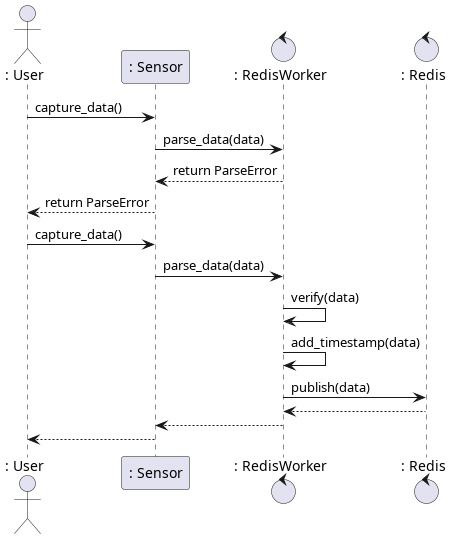
AuspiciousCrane/TSP_Diagrams keeps this PlantUML diagram as SequenceDiagrams/motion_detection/motion_detection_alternative_02_parse_fail.png. Above is the earlier version. The source it was exported from:
```plantuml
@startuml

actor	": User" as User
participant	": Sensor" as Sensor
control		": RedisWorker" as RedisWorker
control		": Redis" as Redis

User -> Sensor : capture_data()
Sensor -> RedisWorker : parse_data(data)
RedisWorker --> Sensor : return ParseError
Sensor --> User : return ParseError

User -> Sensor : capture_data()
Sensor -> RedisWorker : parse_data(data)
RedisWorker -> RedisWorker : verify(data)
RedisWorker -> RedisWorker : add_timestamp(data)
RedisWorker -> Redis : publish(data)

Redis --> RedisWorker
RedisWorker --> Sensor
Sensor --> User

@enduml
```
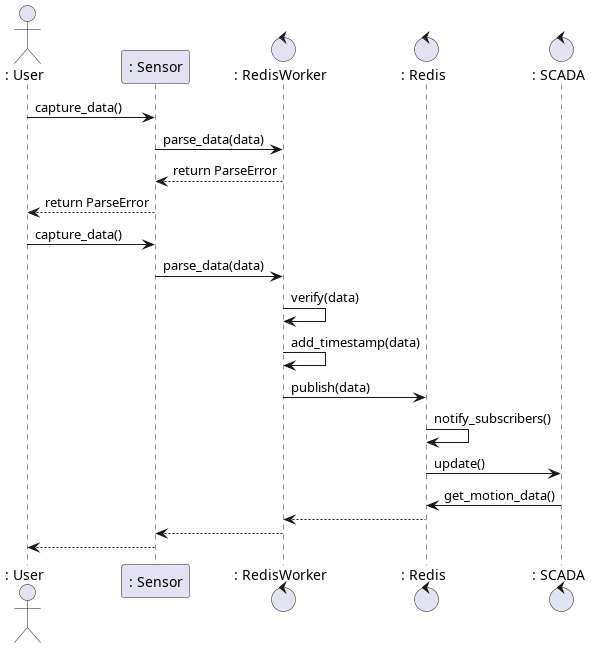
After the commit.

Commit message:
Added: SCADA for motion detection sequence diagrams

What changed in the source:
```diff
@@ -4,6 +4,7 @@
 participant	": Sensor" as Sensor
 control		": RedisWorker" as RedisWorker
 control		": Redis" as Redis
+control		": SCADA" as Scada
 
 User -> Sensor : capture_data()
 Sensor -> RedisWorker : parse_data(data)
@@ -15,6 +16,9 @@
 RedisWorker -> RedisWorker : verify(data)
 RedisWorker -> RedisWorker : add_timestamp(data)
 RedisWorker -> Redis : publish(data)
+Redis -> Redis : notify_subscribers()
+Redis -> Scada : update()
+Scada -> Redis : get_motion_data()
 
 Redis --> RedisWorker
 RedisWorker --> Sensor
```
